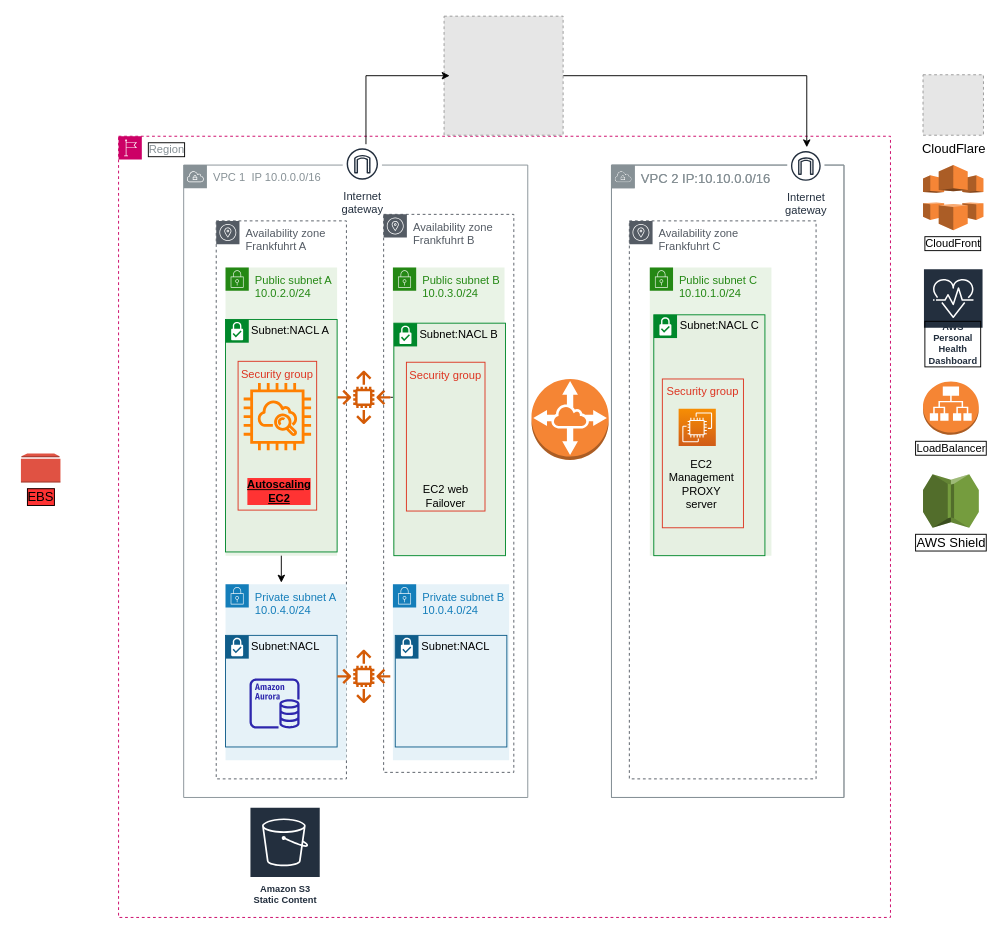
Earlier version of the draw.io diagram Eindopdracht.drawio (victorromijn/AWS-Techgrounds). Source tidied: cells renumbered, new cells numbered last; positions are measured from the earlier drawing's top-left corner, leaving out a move shared by most shapes. Both pictures are drawn from the tidied source at 93%, with x=0, y=0 at pixel (20, 16). Pictures stored in the file or linked from it are replaced by grey dashed boxes.
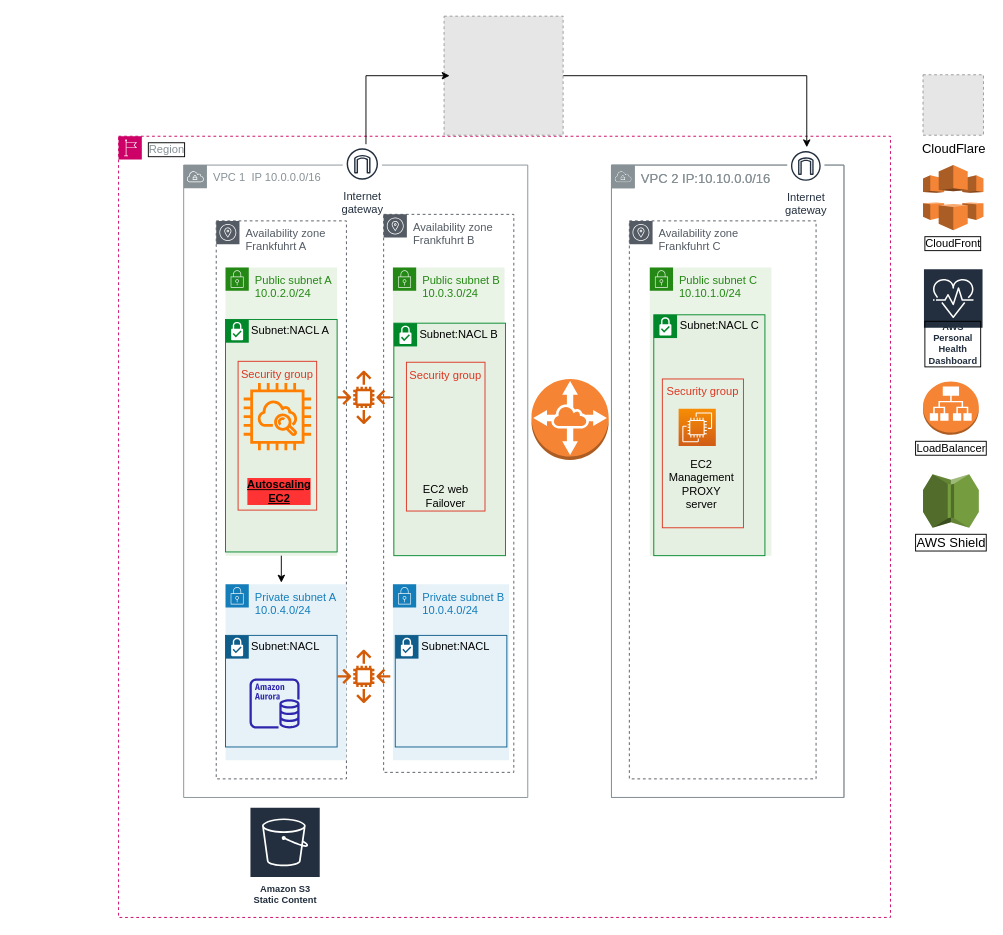
The same page after the edit.

Diff of the diagram source:
```diff
@@
-    <mxCell id="45" value="EBS" style="dashed=0;verticalLabelPosition=bottom;verticalAlign=top;align=center;html=1;shape=mxgraph.aws3.volume;fillColor=#E05243;gradientColor=none;labelBackgroundColor=#FF3333;labelBorderColor=default;fontSize=14;fontColor=#000000;strokeColor=default;strokeWidth=10;" parent="1" vertex="1">
-      <mxGeometry y="470" width="42.5" height="31.4" as="geometry" />
-    </mxCell>
```
